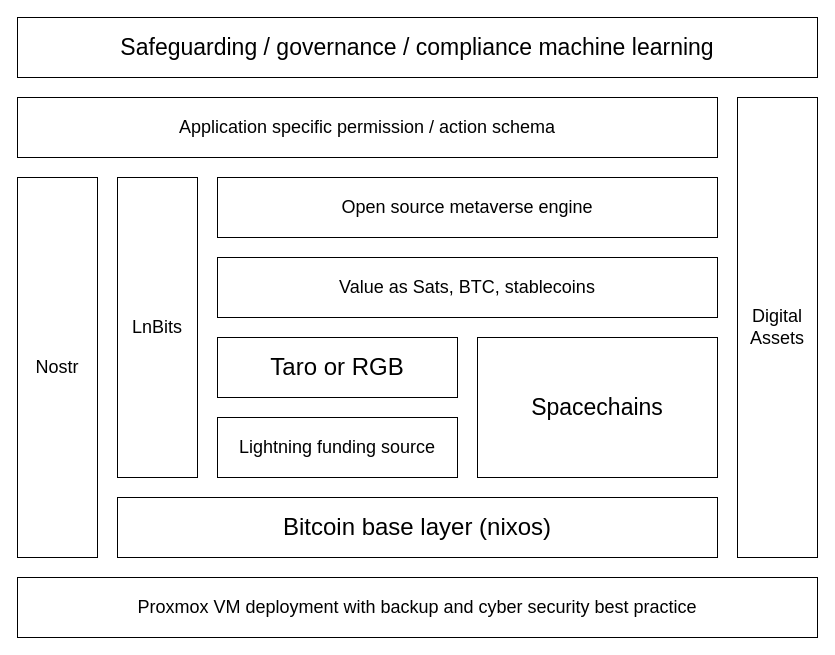
GMCyberFoundry/Metaverse keeps this draw.io diagram as Book/Images/HighLevelDiagram.drawio. Above is the earlier version. Source tidied: cells renumbered, new cells numbered last; positions are measured from the earlier drawing's top-left corner, leaving out a move shared by most shapes. Both pictures are drawn from the tidied source at 100%, with x=0, y=0 at pixel (17, 17).
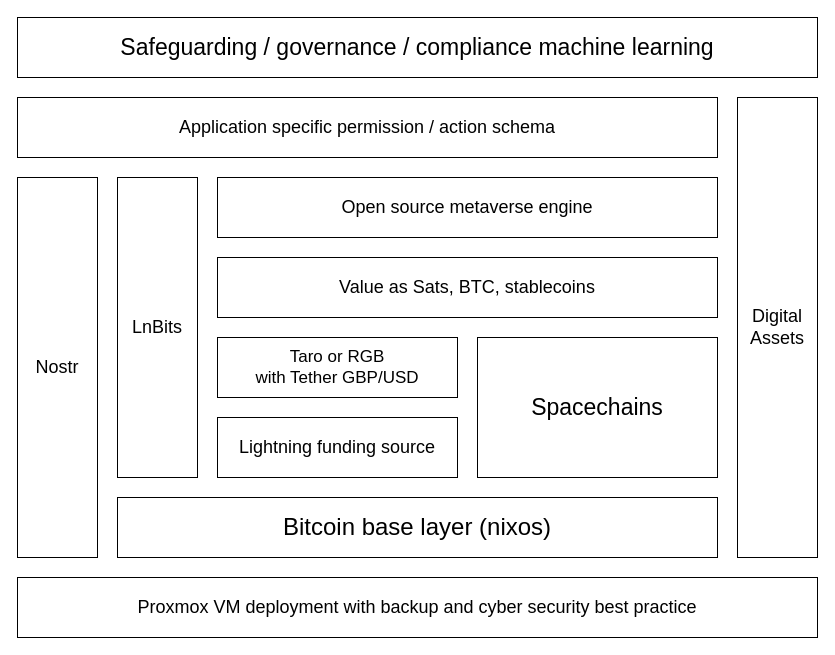
Above is the later version.

Change to the diagram source:
```diff
@@
 <mxGraphModel>
   <root>
     <mxCell id="0" />
     <mxCell id="1" parent="0" />
     <mxCell id="2" value="&lt;font style=&quot;font-size: 18px&quot;&gt;Application specific permission / action schema&lt;br&gt;&lt;/font&gt;" style="rounded=0;whiteSpace=wrap;html=1;" parent="1" vertex="1">
       <mxGeometry y="80" width="700" height="60" as="geometry" />
     </mxCell>
     <mxCell id="3" value="Nostr" style="rounded=0;whiteSpace=wrap;html=1;fontSize=18;" parent="1" vertex="1">
       <mxGeometry y="160" width="80" height="380" as="geometry" />
     </mxCell>
     <mxCell id="4" value="LnBits" style="rounded=0;whiteSpace=wrap;html=1;fontSize=18;" parent="1" vertex="1">
       <mxGeometry x="100" y="160" width="80" height="300" as="geometry" />
     </mxCell>
     <mxCell id="5" value="&lt;font style=&quot;font-size: 18px&quot;&gt;Open source metaverse engine&lt;/font&gt;" style="rounded=0;whiteSpace=wrap;html=1;" parent="1" vertex="1">
       <mxGeometry x="200" y="160" width="500" height="60" as="geometry" />
     </mxCell>
     <mxCell id="6" value="&lt;font style=&quot;font-size: 18px&quot;&gt;Value as Sats, BTC, stablecoins&lt;br&gt;&lt;/font&gt;" style="rounded=0;whiteSpace=wrap;html=1;" parent="1" vertex="1">
       <mxGeometry x="200" y="240" width="500" height="60" as="geometry" />
     </mxCell>
-    <mxCell id="7" value="&lt;font style=&quot;font-size: 24px;&quot;&gt;Taro or RGB&lt;br&gt;&lt;/font&gt;" style="rounded=0;whiteSpace=wrap;html=1;" parent="1" vertex="1">
+    <mxCell id="7" value="&lt;div style=&quot;font-size: 17px;&quot;&gt;&lt;font style=&quot;font-size: 17px;&quot;&gt;Taro or RGB&lt;/font&gt;&lt;/div&gt;&lt;div style=&quot;font-size: 17px;&quot;&gt;&lt;font style=&quot;font-size: 17px;&quot;&gt;with Tether GBP/USD&lt;br&gt;&lt;/font&gt;&lt;/div&gt;" style="rounded=0;whiteSpace=wrap;html=1;" parent="1" vertex="1">
       <mxGeometry x="200" y="320" width="240" height="60" as="geometry" />
     </mxCell>
     <mxCell id="8" value="&lt;font style=&quot;font-size: 18px&quot;&gt;Lightning funding source &lt;/font&gt;" style="rounded=0;whiteSpace=wrap;html=1;" parent="1" vertex="1">
       <mxGeometry x="200" y="400" width="240" height="60" as="geometry" />
     </mxCell>
     <mxCell id="9" value="&lt;font style=&quot;font-size: 24px&quot;&gt;Bitcoin base layer (nixos)&lt;br&gt;&lt;/font&gt;" style="rounded=0;whiteSpace=wrap;html=1;" parent="1" vertex="1">
       <mxGeometry x="100" y="480" width="600" height="60" as="geometry" />
     </mxCell>
     <mxCell id="10" value="&lt;font style=&quot;font-size: 18px&quot;&gt;Proxmox VM deployment with backup and cyber security best practice&lt;/font&gt;" style="rounded=0;whiteSpace=wrap;html=1;" parent="1" vertex="1">
       <mxGeometry y="560" width="800" height="60" as="geometry" />
     </mxCell>
     <mxCell id="11" value="&lt;div&gt;Digital&lt;br&gt;&lt;/div&gt;&lt;div&gt;Assets&lt;/div&gt;" style="rounded=0;whiteSpace=wrap;html=1;fontSize=18;" parent="1" vertex="1">
       <mxGeometry x="720" y="80" width="80" height="460" as="geometry" />
     </mxCell>
     <mxCell id="12" value="&lt;font style=&quot;font-size: 23px;&quot;&gt;Spacechains&lt;/font&gt;" style="rounded=0;whiteSpace=wrap;html=1;" parent="1" vertex="1">
       <mxGeometry x="460" y="320" width="240" height="140" as="geometry" />
     </mxCell>
     <mxCell id="13" value="&lt;font style=&quot;font-size: 23px;&quot;&gt;Safeguarding / governance / compliance machine learning&lt;/font&gt;" style="rounded=0;whiteSpace=wrap;html=1;" parent="1" vertex="1">
       <mxGeometry width="800" height="60" as="geometry" />
     </mxCell>
   </root>
 </mxGraphModel>
```
